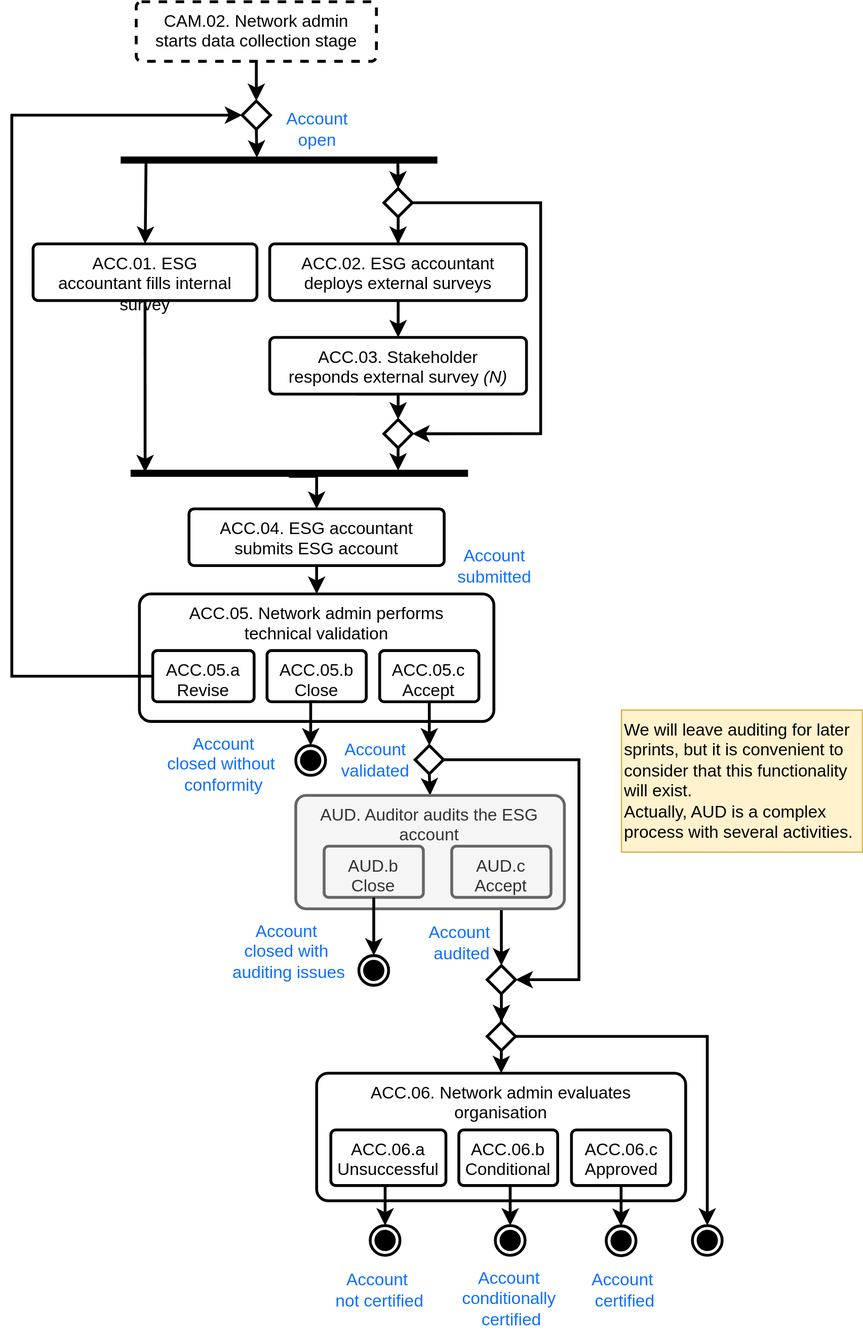
Above: Process/ProcessACC.svg in Show-your-Heart/ShowYourHeart-docs (draw.io), before the change. Source tidied: cells renumbered, new cells last; positions are measured from the earlier drawing's top-left corner, leaving out a move shared by most shapes.
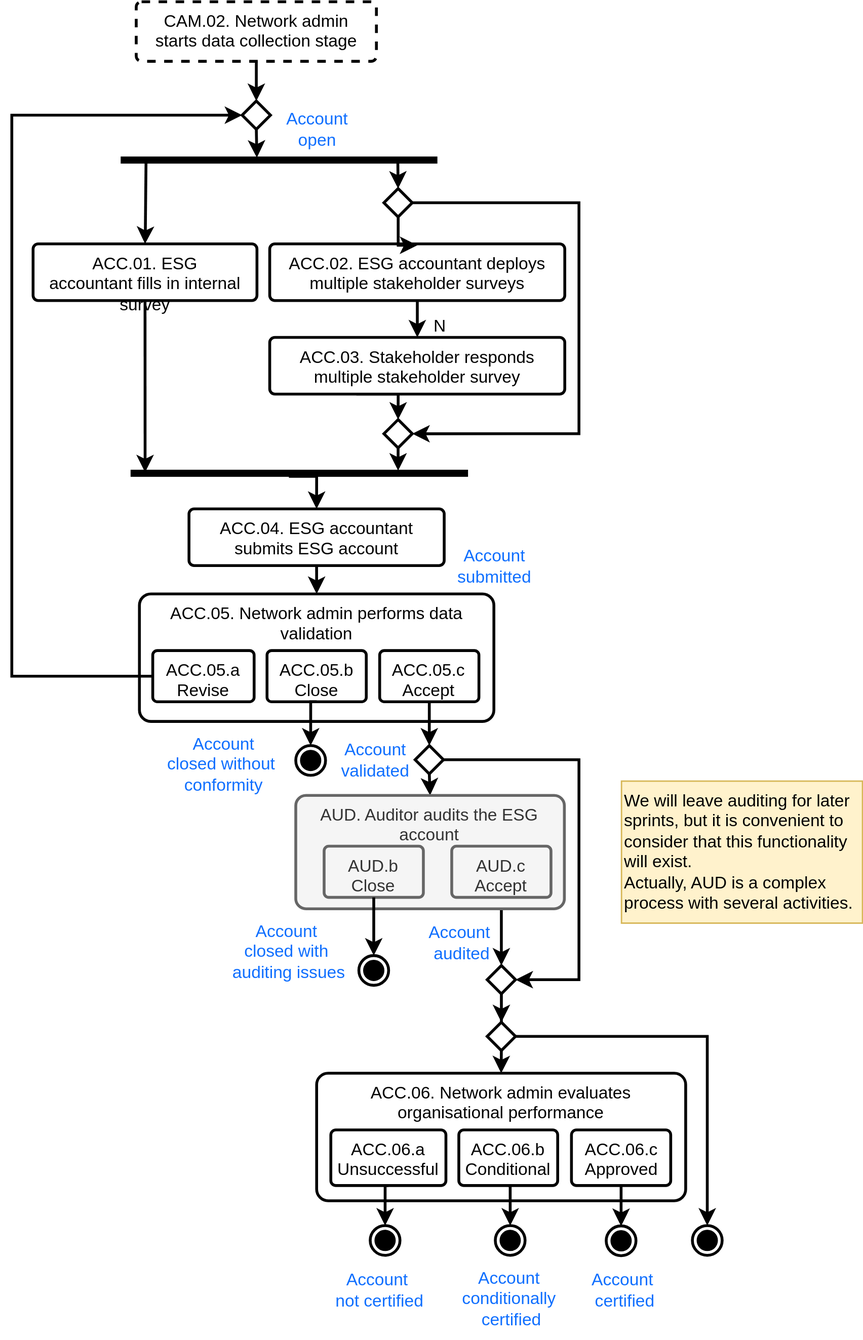
The same diagram one commit later.

Diff of the diagram source:
```diff
@@ -5,7 +5,7 @@
     <mxCell id="2" style="edgeStyle=none;rounded=0;jettySize=auto;html=1;entryX=0.5;entryY=0;entryDx=0;entryDy=0;strokeWidth=2;exitX=0.5;exitY=1;exitDx=0;exitDy=0;" parent="1" edge="1" source="7" target="3">
       <mxGeometry relative="1" as="geometry" />
     </mxCell>
-    <mxCell id="3" value="ACC.05. Network admin performs technical validation" style="rounded=1;whiteSpace=wrap;html=1;shadow=0;verticalAlign=top;spacingLeft=10;spacingRight=10;arcSize=9;strokeWidth=2;" parent="1" vertex="1">
+    <mxCell id="3" value="ACC.05. Network admin performs data validation" style="rounded=1;whiteSpace=wrap;html=1;shadow=0;verticalAlign=top;spacingLeft=10;spacingRight=10;arcSize=9;strokeWidth=2;" parent="1" vertex="1">
       <mxGeometry x="90" y="417.8" width="250" height="90" as="geometry" />
     </mxCell>
     <mxCell id="4" style="rounded=0;jumpStyle=sharp;jettySize=auto;html=1;exitX=0.5;exitY=1;exitDx=0;exitDy=0;entryX=0.16;entryY=0.57;entryDx=0;entryDy=0;strokeWidth=2;entryPerimeter=0;" parent="1" edge="1" source="36" target="10">
@@ -14,8 +14,8 @@
     <mxCell id="5" style="edgeStyle=orthogonalEdgeStyle;rounded=0;jettySize=auto;html=1;strokeWidth=2;" parent="1" edge="1" source="6" target="21">
       <mxGeometry relative="1" as="geometry" />
     </mxCell>
-    <mxCell id="6" value="ACC.02.&amp;nbsp;ESG accountant deploys external surveys" style="rounded=1;whiteSpace=wrap;html=1;shadow=0;verticalAlign=top;spacingLeft=10;spacingRight=10;arcSize=9;strokeWidth=2;" parent="1" vertex="1">
-      <mxGeometry x="181.9" y="170.8" width="181.1" height="40" as="geometry" />
+    <mxCell id="6" value="ACC.02.&amp;nbsp;ESG accountant deploys multiple stakeholder surveys" style="rounded=1;whiteSpace=wrap;html=1;shadow=0;verticalAlign=top;spacingLeft=10;spacingRight=10;arcSize=9;strokeWidth=2;" parent="1" vertex="1">
+      <mxGeometry x="181.9" y="170.8" width="208.1" height="40" as="geometry" />
     </mxCell>
     <mxCell id="7" value="ACC.04.&amp;nbsp;ESG accountant submits ESG account" style="rounded=1;whiteSpace=wrap;html=1;shadow=0;verticalAlign=top;spacingLeft=10;spacingRight=10;arcSize=9;strokeWidth=2;" parent="1" vertex="1">
       <mxGeometry x="125" y="357.8" width="180" height="40" as="geometry" />
@@ -60,16 +60,16 @@
     <mxCell id="19" style="edgeStyle=orthogonalEdgeStyle;rounded=0;jettySize=auto;html=1;strokeWidth=2;exitX=1;exitY=0.5;exitDx=0;exitDy=0;entryX=1;entryY=0.5;entryDx=0;entryDy=0;" parent="1" edge="1" source="14" target="16">
       <mxGeometry relative="1" as="geometry">
         <Array as="points">
-          <mxPoint x="373" y="141.8" />
-          <mxPoint x="373" y="304.8" />
+          <mxPoint x="400" y="142" />
+          <mxPoint x="400" y="305" />
         </Array>
       </mxGeometry>
     </mxCell>
-    <mxCell id="20" value="ACC.01. ESG accountant fills internal survey " style="rounded=1;whiteSpace=wrap;html=1;shadow=0;verticalAlign=top;spacingLeft=10;spacingRight=10;arcSize=9;strokeWidth=2;" parent="1" vertex="1">
+    <mxCell id="20" value="ACC.01. ESG accountant fills in internal survey " style="rounded=1;whiteSpace=wrap;html=1;shadow=0;verticalAlign=top;spacingLeft=10;spacingRight=10;arcSize=9;strokeWidth=2;" parent="1" vertex="1">
       <mxGeometry x="15" y="170.8" width="157.9" height="40" as="geometry" />
     </mxCell>
-    <mxCell id="21" value="ACC.03. Stakeholder responds external survey &lt;i&gt;(N)&lt;/i&gt;" style="rounded=1;whiteSpace=wrap;html=1;shadow=0;verticalAlign=top;spacingLeft=10;spacingRight=10;arcSize=9;strokeWidth=2;" parent="1" vertex="1">
-      <mxGeometry x="181.9" y="236.8" width="181.1" height="40" as="geometry" />
+    <mxCell id="21" value="ACC.03. Stakeholder responds multiple stakeholder survey" style="rounded=1;whiteSpace=wrap;html=1;shadow=0;verticalAlign=top;spacingLeft=10;spacingRight=10;arcSize=9;strokeWidth=2;" parent="1" vertex="1">
+      <mxGeometry x="181.9" y="236.8" width="208.1" height="40" as="geometry" />
     </mxCell>
     <mxCell id="22" style="edgeStyle=orthogonalEdgeStyle;rounded=0;jumpStyle=sharp;jettySize=auto;html=1;entryX=0.5;entryY=0;entryDx=0;entryDy=0;startArrow=none;exitX=0.5;exitY=1;exitDx=0;exitDy=0;strokeWidth=2;" parent="1" edge="1" source="31" target="24">
       <mxGeometry relative="1" as="geometry" />
@@ -159,7 +159,7 @@
     <mxCell id="47" style="ellipse;html=1;shape=endState;fillColor=#000000;strokeColor=#000000;strokeWidth=2;" parent="1" vertex="1">
       <mxGeometry x="244.8" y="673" width="21" height="21" as="geometry" />
     </mxCell>
-    <mxCell id="48" value="ACC.06. Network admin evaluates organisation" style="rounded=1;whiteSpace=wrap;html=1;shadow=0;verticalAlign=top;spacingLeft=10;spacingRight=10;arcSize=9;strokeWidth=2;" parent="1" vertex="1">
+    <mxCell id="48" value="ACC.06. Network admin evaluates organisational performance" style="rounded=1;whiteSpace=wrap;html=1;shadow=0;verticalAlign=top;spacingLeft=10;spacingRight=10;arcSize=9;strokeWidth=2;" parent="1" vertex="1">
       <mxGeometry x="215" y="756" width="260.3" height="90" as="geometry" />
     </mxCell>
     <mxCell id="49" value="ACC.06.a Unsuccessful" style="rounded=1;whiteSpace=wrap;html=1;shadow=0;verticalAlign=top;spacingLeft=10;spacingRight=10;arcSize=9;strokeWidth=2;" parent="1" vertex="1">
@@ -221,7 +221,10 @@
       <mxGeometry x="87.8" width="169.4" height="42" as="geometry" />
     </mxCell>
     <mxCell id="67" value="&lt;div&gt;We will leave auditing for later sprints, but it is convenient to consider that this functionality will exist.&lt;/div&gt;&lt;div&gt;Actually, AUD is a complex process with several activities.&lt;br&gt;&lt;/div&gt;&lt;div&gt;&lt;br&gt;&lt;/div&gt;" style="text;html=1;whiteSpace=wrap;overflow=hidden;rounded=0;fillColor=#fff2cc;strokeColor=#d6b656;" parent="1" vertex="1">
-      <mxGeometry x="430" y="499.8" width="170" height="100.2" as="geometry" />
+      <mxGeometry x="430" y="549.9" width="170" height="100.2" as="geometry" />
     </mxCell>
+    <mxCell id="68" value="N" style="text;html=1;align=center;verticalAlign=middle;whiteSpace=wrap;rounded=0;" parent="1" vertex="1">
+      <mxGeometry x="271.8" y="213.7" width="60" height="30" as="geometry" />
+    </mxCell>
   </root>
 </mxGraphModel>
```
